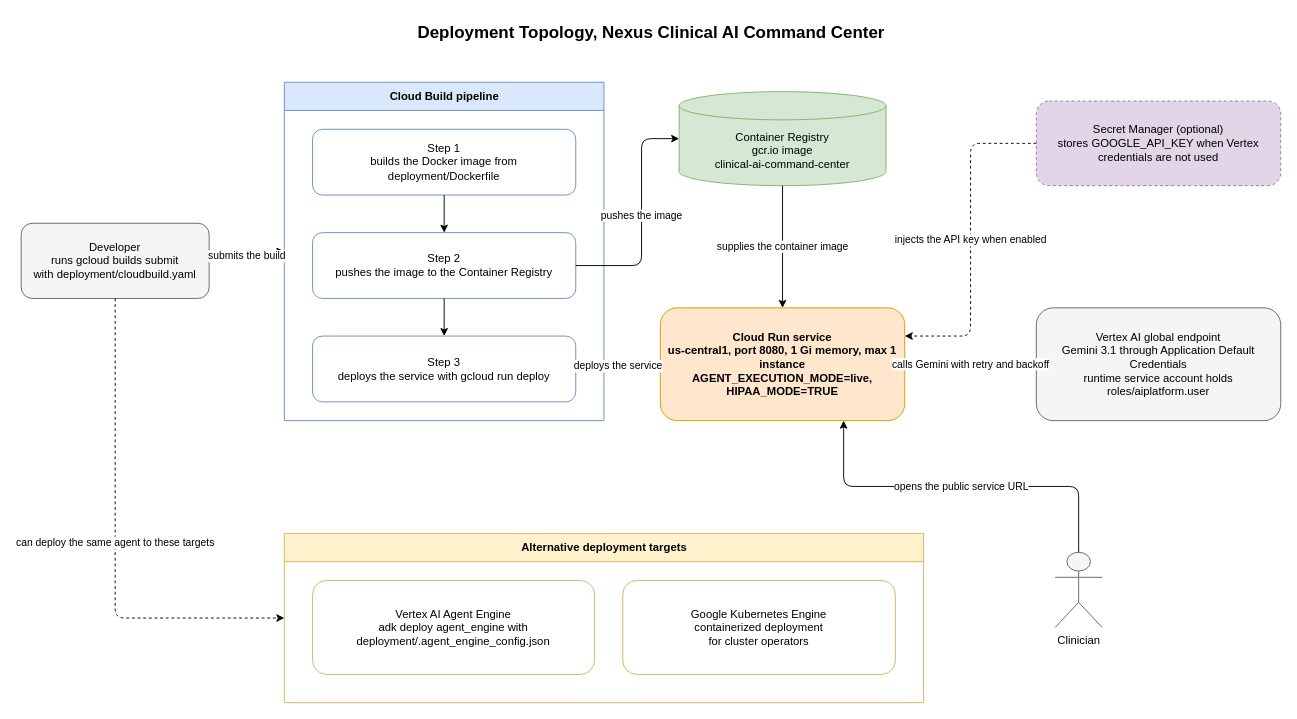
The draw.io diagram frontend/public/diagrams/04-deployment-topology.drawio in GeorgiNaydenov/Google-Capstone-Project, before the edit. Source tidied: cells renumbered, new cells numbered last; positions are measured from the earlier drawing's top-left corner, leaving out a move shared by most shapes. Both pictures are drawn from the tidied source at 94%, with x=0, y=0 at pixel (21, 16).
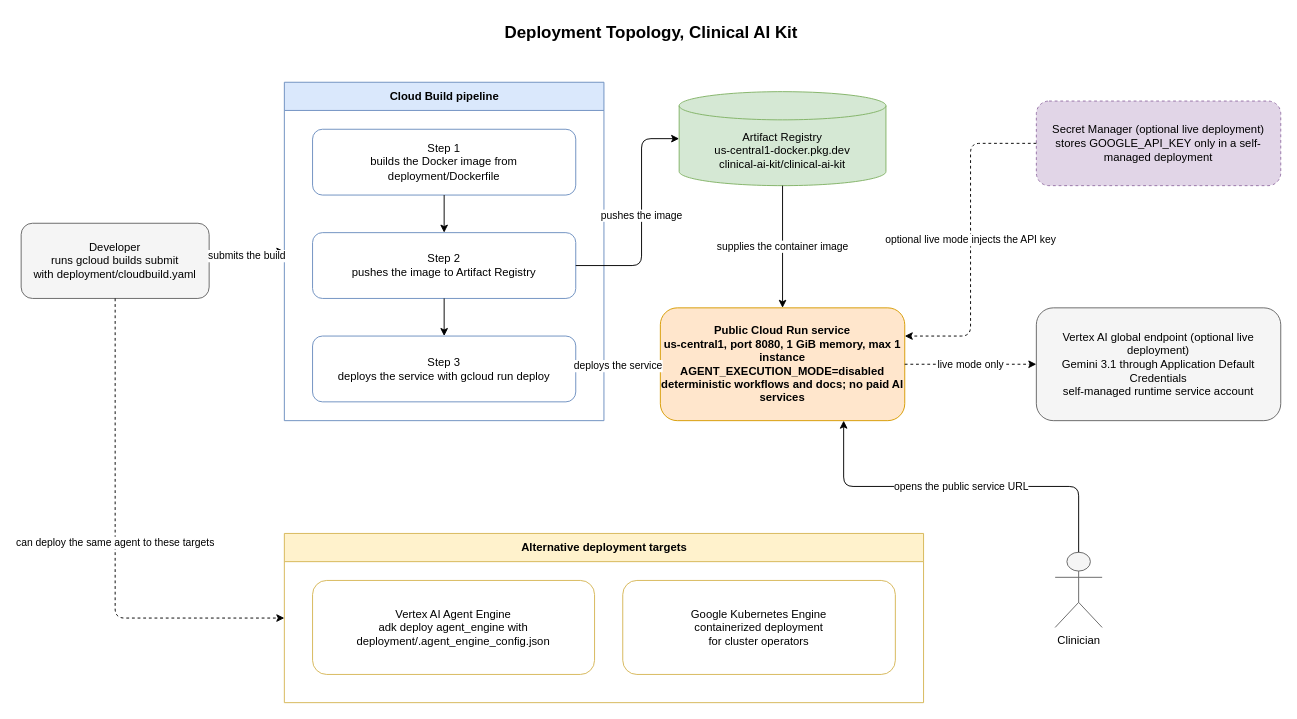
The same page after the edit.

The change refers to these unchanged cells:
```xml
<mxCell id="4" value="Cloud Build pipeline" style="swimlane;startSize=30;fillColor=#dae8fc;strokeColor=#6c8ebf;html=1;fontStyle=1;" parent="1" vertex="1">
  <mxGeometry x="280" y="70" width="340" height="360" as="geometry" />
</mxCell>
```

What changed in the source:
```diff
@@
-    <mxCell id="2" value="Deployment Topology, Nexus Clinical AI Command Center" style="text;html=1;fontSize=18;fontStyle=1;align=center;" parent="1" vertex="1">
+    <mxCell id="2" value="Deployment Topology, Clinical AI Kit" style="text;html=1;fontSize=18;fontStyle=1;align=center;" parent="1" vertex="1">
       <mxGeometry x="320" width="700" height="30" as="geometry" />
     </mxCell>
@@
-    <mxCell id="6" value="Step 2&#10;pushes the image to the Container Registry" style="rounded=1;whiteSpace=wrap;html=1;fillColor=#ffffff;strokeColor=#6c8ebf;" parent="4" vertex="1">
+    <mxCell id="6" value="Step 2&#10;pushes the image to Artifact Registry" style="rounded=1;whiteSpace=wrap;html=1;fillColor=#ffffff;strokeColor=#6c8ebf;" parent="4" vertex="1">
       <mxGeometry x="30" y="160" width="280" height="70" as="geometry" />
     </mxCell>
@@
-    <mxCell id="8" value="Container Registry&#10;gcr.io image&#10;clinical-ai-command-center" style="shape=cylinder3;whiteSpace=wrap;html=1;fillColor=#d5e8d4;strokeColor=#82b366;boundedLbl=1;" parent="1" vertex="1">
+    <mxCell id="8" value="Artifact Registry&#10;us-central1-docker.pkg.dev&#10;clinical-ai-kit/clinical-ai-kit" style="shape=cylinder3;whiteSpace=wrap;html=1;fillColor=#d5e8d4;strokeColor=#82b366;boundedLbl=1;" parent="1" vertex="1">
       <mxGeometry x="700" y="80" width="220" height="100" as="geometry" />
     </mxCell>
-    <mxCell id="9" value="Cloud Run service&#10;us-central1, port 8080, 1 Gi memory, max 1 instance&#10;AGENT_EXECUTION_MODE=live, HIPAA_MODE=TRUE" style="rounded=1;whiteSpace=wrap;html=1;fillColor=#ffe6cc;strokeColor=#d79b00;fontStyle=1;" parent="1" vertex="1">
+    <mxCell id="9" value="Public Cloud Run service&#10;us-central1, port 8080, 1 GiB memory, max 1 instance&#10;AGENT_EXECUTION_MODE=disabled&#10;deterministic workflows and docs; no paid AI services" style="rounded=1;whiteSpace=wrap;html=1;fillColor=#ffe6cc;strokeColor=#d79b00;fontStyle=1;" parent="1" vertex="1">
       <mxGeometry x="680" y="310" width="260" height="120" as="geometry" />
     </mxCell>
-    <mxCell id="10" value="Vertex AI global endpoint&#10;Gemini 3.1 through Application Default Credentials&#10;runtime service account holds roles/aiplatform.user" style="rounded=1;whiteSpace=wrap;html=1;fillColor=#f5f5f5;strokeColor=#666666;" parent="1" vertex="1">
+    <mxCell id="10" value="Vertex AI global endpoint (optional live deployment)&#10;Gemini 3.1 through Application Default Credentials&#10;self-managed runtime service account" style="rounded=1;whiteSpace=wrap;html=1;fillColor=#f5f5f5;strokeColor=#666666;" parent="1" vertex="1">
       <mxGeometry x="1080" y="310" width="260" height="120" as="geometry" />
     </mxCell>
-    <mxCell id="11" value="Secret Manager (optional)&#10;stores GOOGLE_API_KEY when Vertex credentials are not used" style="rounded=1;whiteSpace=wrap;html=1;fillColor=#e1d5e7;strokeColor=#9673a6;dashed=1;" parent="1" vertex="1">
+    <mxCell id="11" value="Secret Manager (optional live deployment)&#10;stores GOOGLE_API_KEY only in a self-managed deployment" style="rounded=1;whiteSpace=wrap;html=1;fillColor=#e1d5e7;strokeColor=#9673a6;dashed=1;" parent="1" vertex="1">
       <mxGeometry x="1080" y="90" width="260" height="90" as="geometry" />
     </mxCell>
@@
-    <mxCell id="22" value="calls Gemini with retry and backoff" style="edgeStyle=orthogonalEdgeStyle;rounded=1;jettySize=auto;html=1;exitX=1;exitY=0.5;entryX=0;entryY=0.5;labelBackgroundColor=#ffffff;fontSize=11;" parent="1" edge="1" source="9" target="10">
+    <mxCell id="22" value="live mode only" style="edgeStyle=orthogonalEdgeStyle;rounded=1;jettySize=auto;html=1;dashed=1;exitX=1;exitY=0.5;entryX=0;entryY=0.5;labelBackgroundColor=#ffffff;fontSize=11;" parent="1" edge="1" source="9" target="10">
       <mxGeometry relative="1" as="geometry" />
     </mxCell>
-    <mxCell id="23" value="injects the API key when enabled" style="edgeStyle=orthogonalEdgeStyle;rounded=1;jettySize=auto;html=1;dashed=1;exitX=0;exitY=0.5;entryX=1;entryY=0.25;labelBackgroundColor=#ffffff;fontSize=11;" parent="1" edge="1" source="11" target="9">
+    <mxCell id="23" value="optional live mode injects the API key" style="edgeStyle=orthogonalEdgeStyle;rounded=1;jettySize=auto;html=1;dashed=1;exitX=0;exitY=0.5;entryX=1;entryY=0.25;labelBackgroundColor=#ffffff;fontSize=11;" parent="1" edge="1" source="11" target="9">
       <mxGeometry relative="1" as="geometry">
         <Array as="points">
           <mxPoint x="1010" y="135" />
           <mxPoint x="1010" y="340" />
         </Array>
       </mxGeometry>
     </mxCell>
```
